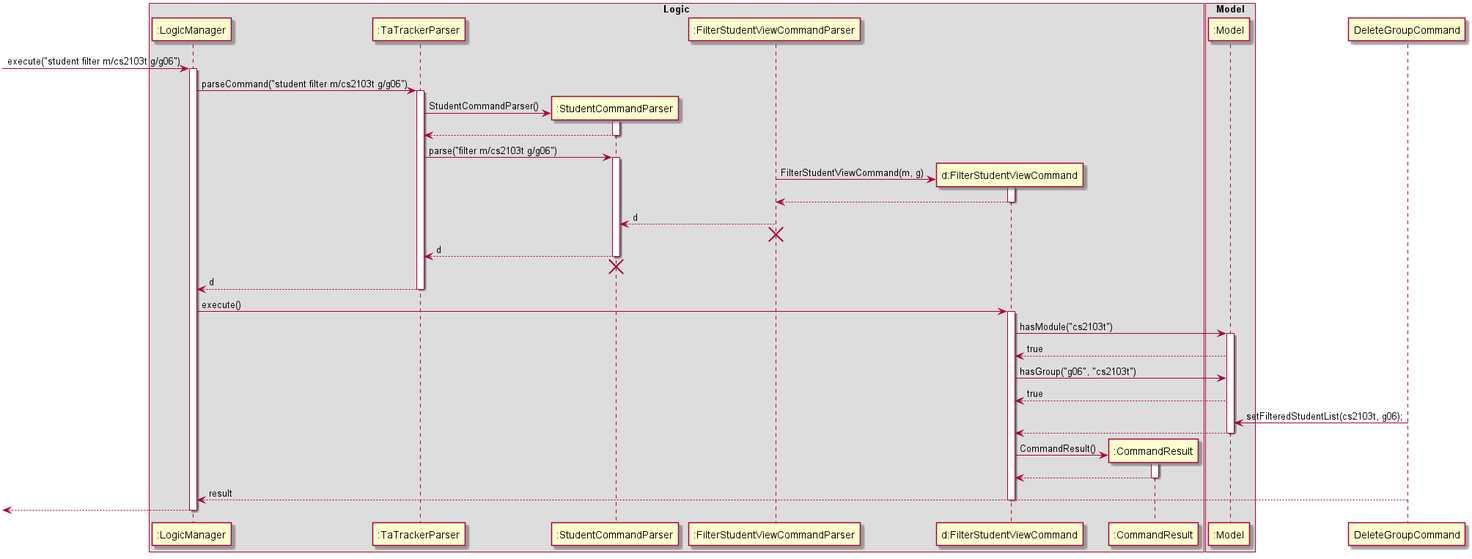
nus-cs2103-AY1920S2/addressbook-level3 keeps this PlantUML diagram as docs/images/FilterStudentSequenceDiagram.png. Above is the earlier version.
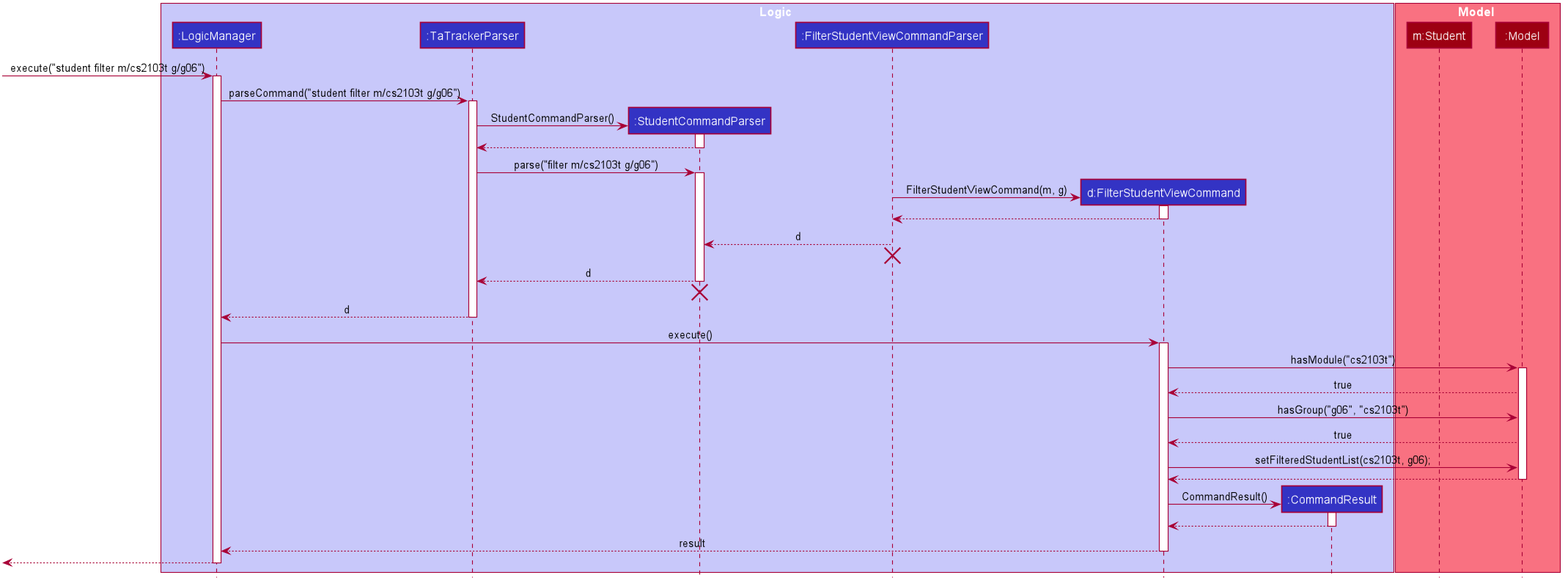
The same file after the commit.

Commit message:
standardise sequence diagrams colour

What changed in the source:
```diff
@@ -1,16 +1,64 @@
 @startuml
 
-box Logic
-participant ":LogicManager" as LogicManager
-participant ":TaTrackerParser" as TaTrackerParser
-participant ":StudentCommandParser" as StudentCommandParser
-participant ":FilterStudentViewCommandParser" as FilterStudentViewCommandParser
-participant "d:FilterStudentViewCommand" as FilterStudentViewCommand
-participant ":CommandResult" as CommandResult
+
+
+
+
+
+
+
+skinparam BackgroundColor #FFFFFFF
+
+skinparam Shadowing false
+
+skinparam Class {
+    FontColor #FFFFFF
+    BorderThickness 1
+    BorderColor #FFFFFF
+    StereotypeFontColor #FFFFFF
+    FontName Arial
+}
+
+skinparam Actor {
+    BorderColor #000000
+    Color #000000
+    FontName Arial
+}
+
+skinparam Sequence {
+    MessageAlign center
+    BoxFontSize 15
+    BoxPadding 0
+    BoxFontColor #FFFFFF
+    FontName Arial
+}
+
+skinparam Participant {
+    FontColor #FFFFFFF
+    Padding 20
+}
+
+skinparam MinClassWidth 50
+skinparam ParticipantPadding 10
+skinparam Shadowing false
+skinparam DefaultTextAlignment center
+skinparam packageStyle Rectangle
+
+hide footbox
+hide members
+hide circle
+box Logic #C8C8FA
+participant ":LogicManager" as LogicManager #3333C4
+participant ":TaTrackerParser" as TaTrackerParser #3333C4
+participant ":StudentCommandParser" as StudentCommandParser #3333C4
+participant ":FilterStudentViewCommandParser" as FilterStudentViewCommandParser #3333C4
+participant "d:FilterStudentViewCommand" as FilterStudentViewCommand #3333C4
+participant ":CommandResult" as CommandResult #3333C4
 end box
 
-box Model
-participant ":Model" as Model
+box Model #F97181
+participant "m:Student" as Student #9D0012
+participant ":Model" as Model #9D0012
 end box
 
 [-> LogicManager : execute("student filter m/cs2103t g/g06")
@@ -58,7 +106,7 @@
 FilterStudentViewCommand -> Model : hasGroup("g06", "cs2103t")
 Model --> FilterStudentViewCommand : true
 
-DeleteGroupCommand -> Model : setFilteredStudentList(cs2103t, g06);
+FilterStudentViewCommand -> Model : setFilteredStudentList(cs2103t, g06);
 Model --> FilterStudentViewCommand
 deactivate Model
 
@@ -68,7 +116,7 @@
 CommandResult --> FilterStudentViewCommand
 deactivate CommandResult
 
-DeleteGroupCommand --> LogicManager : result
+FilterStudentViewCommand --> LogicManager : result
 deactivate FilterStudentViewCommand
 
 [<--LogicManager
```
